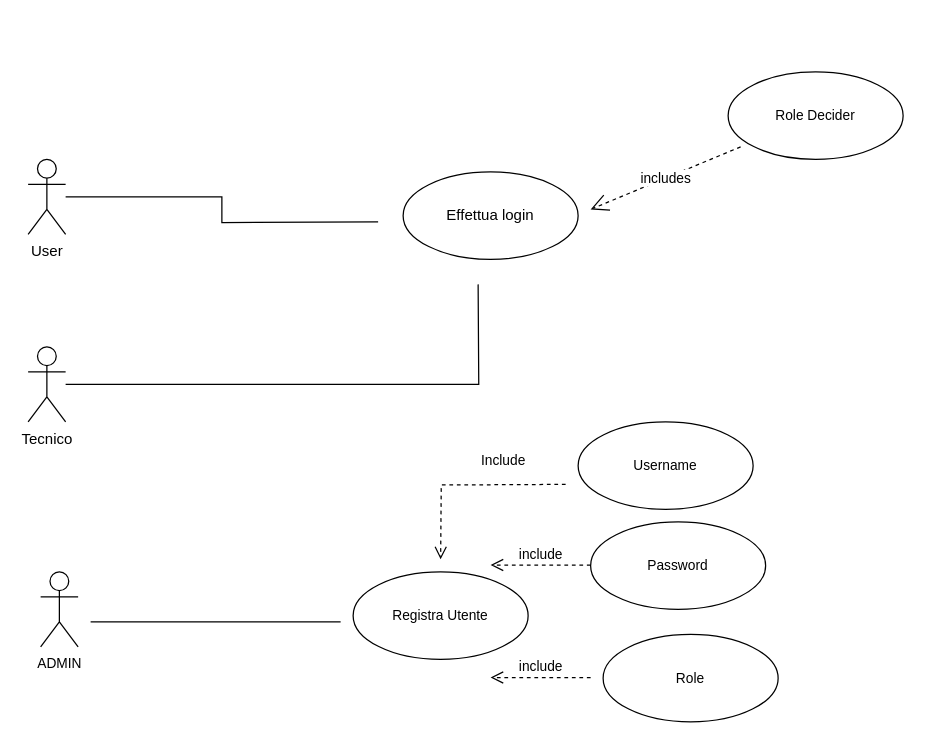
Earlier version of the draw.io diagram Documentazione/loginz.drawio (AleRoncato/Unitn-IS-TnFix). Source tidied: cells renumbered, new cells numbered last; positions are measured from the earlier drawing's top-left corner, leaving out a move shared by most shapes. Both pictures are drawn from the tidied source at 125%, with x=0, y=0 at pixel (28, 71).
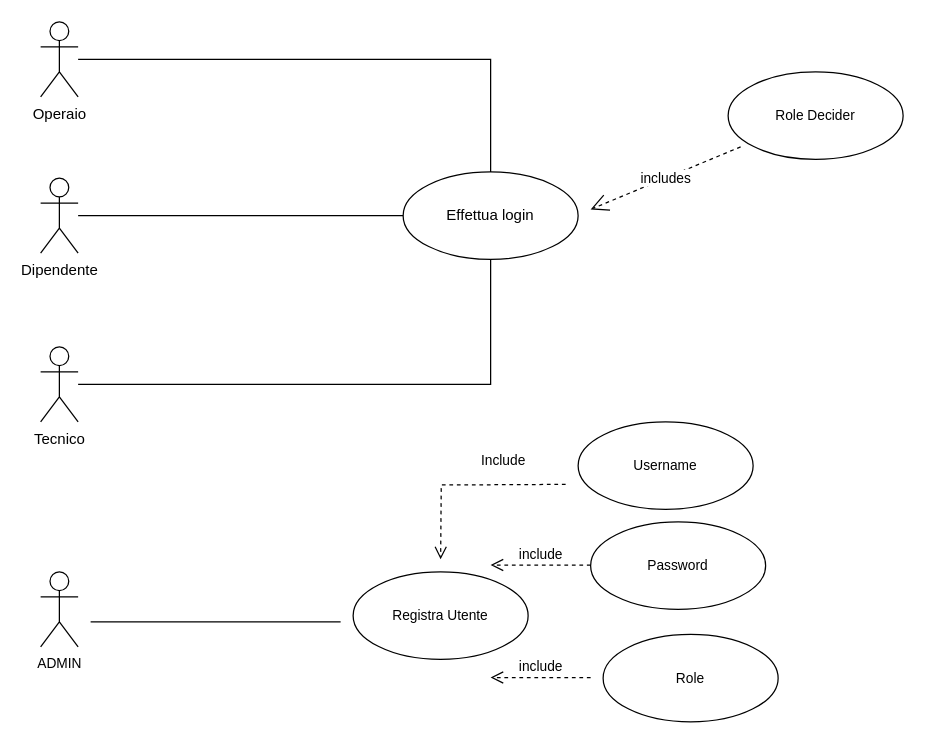
The same page after the edit.

Unchanged cells that the change refers to:
```xml
<mxCell id="4" value="Effettua login" style="ellipse;whiteSpace=wrap;html=1;" parent="1" vertex="1">
  <mxGeometry x="300" y="80" width="140" height="70" as="geometry" />
</mxCell>
```

Diff of the diagram source:
```diff
@@
-    <mxCell id="2" style="edgeStyle=orthogonalEdgeStyle;rounded=0;jettySize=auto;html=1;endArrow=none;endFill=0;" parent="1" edge="1" source="3">
-      <mxGeometry relative="1" as="geometry">
-        <mxPoint x="280" y="120" as="targetPoint" />
-      </mxGeometry>
-    </mxCell>
+    <mxCell id="18" style="edgeStyle=orthogonalEdgeStyle;rounded=0;jettySize=auto;html=1;entryX=0.5;entryY=0;entryDx=0;entryDy=0;endArrow=none;endFill=0;" parent="1" edge="1" source="3" target="4">
+      <mxGeometry relative="1" as="geometry" />
+    </mxCell>
-    <mxCell id="3" value="Use&lt;span style=&quot;background-color: initial;&quot;&gt;r&lt;/span&gt;" style="shape=umlActor;verticalLabelPosition=bottom;verticalAlign=top;html=1;outlineConnect=0;" parent="1" vertex="1">
-      <mxGeometry y="70" width="30" height="60" as="geometry" />
+    <mxCell id="3" value="Operaio" style="shape=umlActor;verticalLabelPosition=bottom;verticalAlign=top;html=1;outlineConnect=0;" parent="1" vertex="1">
+      <mxGeometry x="10" y="-40" width="30" height="60" as="geometry" />
     </mxCell>
@@
-    <mxCell id="6" style="edgeStyle=orthogonalEdgeStyle;shape=connector;rounded=0;jettySize=auto;html=1;strokeColor=default;align=center;verticalAlign=middle;fontFamily=Helvetica;fontSize=11;fontColor=default;labelBackgroundColor=default;endArrow=none;endFill=0;" parent="1" edge="1" source="7">
-      <mxGeometry relative="1" as="geometry">
-        <mxPoint x="360" y="170" as="targetPoint" />
-      </mxGeometry>
+    <mxCell id="6" style="edgeStyle=orthogonalEdgeStyle;shape=connector;rounded=0;jettySize=auto;html=1;strokeColor=default;align=center;verticalAlign=middle;fontFamily=Helvetica;fontSize=11;fontColor=default;labelBackgroundColor=default;endArrow=none;endFill=0;entryX=0.5;entryY=1;entryDx=0;entryDy=0;" parent="1" edge="1" source="7" target="4">
+      <mxGeometry relative="1" as="geometry" />
     </mxCell>
     <mxCell id="7" value="&lt;div&gt;&lt;span style=&quot;background-color: initial;&quot;&gt;Tecnico&lt;/span&gt;&lt;/div&gt;" style="shape=umlActor;verticalLabelPosition=bottom;verticalAlign=top;html=1;outlineConnect=0;" parent="1" vertex="1">
-      <mxGeometry y="220" width="30" height="60" as="geometry" />
+      <mxGeometry x="10" y="220" width="30" height="60" as="geometry" />
     </mxCell>
@@
+    <mxCell id="19" style="edgeStyle=orthogonalEdgeStyle;rounded=0;jettySize=auto;html=1;entryX=0;entryY=0.5;entryDx=0;entryDy=0;endArrow=none;endFill=0;" parent="1" edge="1" source="20" target="4">
+      <mxGeometry relative="1" as="geometry" />
+    </mxCell>
+    <mxCell id="20" value="Dipendente" style="shape=umlActor;verticalLabelPosition=bottom;verticalAlign=top;html=1;outlineConnect=0;" parent="1" vertex="1">
+      <mxGeometry x="10" y="85" width="30" height="60" as="geometry" />
+    </mxCell>
```
